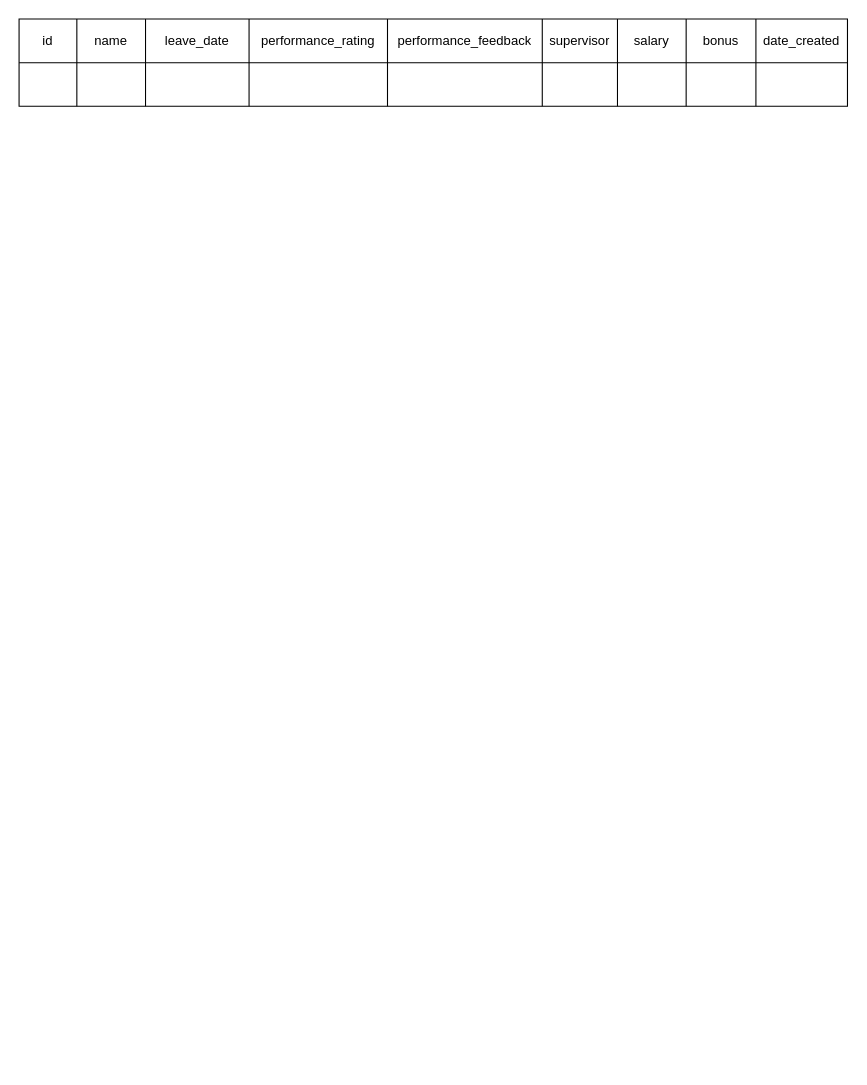
The draw.io diagram draw.io/data_1.drawio in zahinz/SET-Backend, before the edit. Source tidied: cells renumbered, new cells numbered last; positions are measured from the earlier drawing's top-left corner, leaving out a move shared by most shapes. Both pictures are drawn from the tidied source at 109%, with x=0, y=0 at pixel (19, 19).
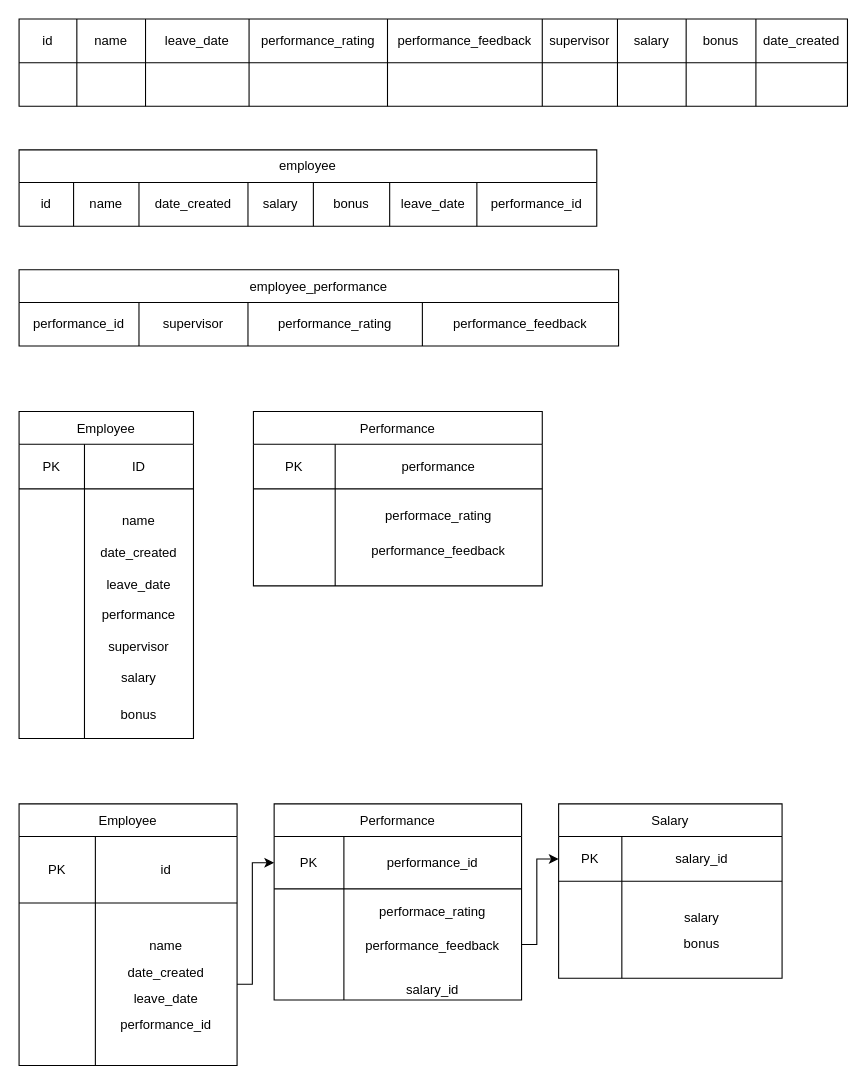
The same page after the edit.

What changed in the source:
```diff
@@
+    <mxCell id="23" value="employee" style="shape=table;startSize=30;childLayout=tableLayout;html=0;whiteSpace=wrap;" parent="1" vertex="1">
+      <mxGeometry y="120" width="530" height="70" as="geometry" />
+    </mxCell>
+    <mxCell id="24" style="shape=partialRectangle;fillColor=none;top=0;left=0;bottom=0;right=0;html=0;" parent="23" vertex="1">
+      <mxGeometry y="30" width="530" height="40" as="geometry" />
+    </mxCell>
+    <mxCell id="25" value="id" style="shape=partialRectangle;html=1;whiteSpace=wrap;overflow=hidden;fillColor=none;top=0;left=0;bottom=0;right=0;" parent="24" vertex="1">
+      <mxGeometry width="50" height="40" as="geometry" />
+    </mxCell>
+    <mxCell id="26" value="name" style="shape=partialRectangle;html=1;whiteSpace=wrap;overflow=hidden;fillColor=none;top=0;left=0;bottom=0;right=0;" parent="24" vertex="1">
+      <mxGeometry x="50" width="60" height="40" as="geometry" />
+    </mxCell>
+    <mxCell id="27" value="date_created" style="shape=partialRectangle;html=1;whiteSpace=wrap;overflow=hidden;fillColor=none;top=0;left=0;bottom=0;right=0;" parent="24" vertex="1">
+      <mxGeometry x="110" width="100" height="40" as="geometry" />
+    </mxCell>
+    <mxCell id="28" value="salary" style="shape=partialRectangle;html=1;whiteSpace=wrap;overflow=hidden;fillColor=none;top=0;left=0;bottom=0;right=0;" parent="24" vertex="1">
+      <mxGeometry x="210" width="60" height="40" as="geometry" />
+    </mxCell>
+    <mxCell id="29" value="bonus" style="shape=partialRectangle;html=1;whiteSpace=wrap;overflow=hidden;fillColor=none;top=0;left=0;bottom=0;right=0;" parent="24" vertex="1">
+      <mxGeometry x="270" width="70" height="40" as="geometry" />
+    </mxCell>
+    <mxCell id="30" value="leave_date" style="shape=partialRectangle;html=1;whiteSpace=wrap;overflow=hidden;fillColor=none;top=0;left=0;bottom=0;right=0;" parent="24" vertex="1">
+      <mxGeometry x="340" width="80" height="40" as="geometry" />
+    </mxCell>
+    <mxCell id="31" value="performance_id" style="shape=partialRectangle;html=1;whiteSpace=wrap;overflow=hidden;fillColor=none;top=0;left=0;bottom=0;right=0;" parent="24" vertex="1">
+      <mxGeometry x="420" width="110" height="40" as="geometry" />
+    </mxCell>
+    <mxCell id="32" value="employee_performance" style="shape=table;startSize=30;childLayout=tableLayout;html=0;labelBackgroundColor=none;labelBorderColor=none;" parent="1" vertex="1">
+      <mxGeometry y="230" width="550" height="70" as="geometry" />
+    </mxCell>
+    <mxCell id="33" style="shape=partialRectangle;fillColor=none;top=0;left=0;bottom=0;right=0;html=0;" parent="32" vertex="1">
+      <mxGeometry y="30" width="550" height="40" as="geometry" />
+    </mxCell>
+    <mxCell id="34" value="performance_id" style="shape=partialRectangle;html=1;whiteSpace=wrap;overflow=hidden;fillColor=none;top=0;left=0;bottom=0;right=0;" parent="33" vertex="1">
+      <mxGeometry width="110" height="40" as="geometry" />
+    </mxCell>
+    <mxCell id="35" value="supervisor" style="shape=partialRectangle;html=1;whiteSpace=wrap;overflow=hidden;fillColor=none;top=0;left=0;bottom=0;right=0;" parent="33" vertex="1">
+      <mxGeometry x="110" width="100" height="40" as="geometry" />
+    </mxCell>
+    <mxCell id="36" value="performance_rating" style="shape=partialRectangle;html=1;whiteSpace=wrap;overflow=hidden;fillColor=none;top=0;left=0;bottom=0;right=0;" parent="33" vertex="1">
+      <mxGeometry x="210" width="160" height="40" as="geometry" />
+    </mxCell>
+    <mxCell id="37" value="performance_feedback" style="shape=partialRectangle;html=1;overflow=hidden;fillColor=none;top=0;left=0;bottom=0;right=0;whiteSpace=wrap;" parent="33" vertex="1">
+      <mxGeometry x="370" width="180" height="40" as="geometry" />
+    </mxCell>
+    <mxCell id="38" value="Employee" style="shape=table;startSize=30;childLayout=tableLayout;labelBackgroundColor=none;labelBorderColor=none;html=0;align=center;" parent="1" vertex="1">
+      <mxGeometry y="360" width="160" height="300" as="geometry" />
+    </mxCell>
+    <mxCell id="39" style="shape=partialRectangle;fillColor=none;top=0;left=0;bottom=0;right=0;labelBackgroundColor=none;labelBorderColor=none;html=0;" parent="38" vertex="1">
+      <mxGeometry y="30" width="160" height="41" as="geometry" />
+    </mxCell>
+    <mxCell id="40" value="PK" style="shape=partialRectangle;html=1;whiteSpace=wrap;overflow=hidden;fillColor=none;top=0;left=0;bottom=0;right=0;labelBackgroundColor=none;labelBorderColor=none;" parent="39" vertex="1">
+      <mxGeometry width="60" height="41" as="geometry" />
+    </mxCell>
+    <mxCell id="41" value="ID" style="shape=partialRectangle;html=1;whiteSpace=wrap;overflow=hidden;fillColor=none;top=0;left=0;bottom=0;right=0;labelBackgroundColor=none;labelBorderColor=none;" parent="39" vertex="1">
+      <mxGeometry x="60" width="100" height="41" as="geometry" />
+    </mxCell>
+    <mxCell id="42" style="shape=partialRectangle;fillColor=none;top=0;left=0;bottom=0;right=0;labelBackgroundColor=none;labelBorderColor=none;html=0;" parent="38" vertex="1">
+      <mxGeometry y="71" width="160" height="229" as="geometry" />
+    </mxCell>
+    <mxCell id="43" style="shape=partialRectangle;html=1;whiteSpace=wrap;overflow=hidden;fillColor=none;top=0;left=0;bottom=0;right=0;labelBackgroundColor=none;labelBorderColor=none;" parent="42" vertex="1">
+      <mxGeometry width="60" height="229" as="geometry" />
+    </mxCell>
+    <mxCell id="44" value="&lt;p style=&quot;line-height: 2.4&quot;&gt;name&lt;br&gt;date_created&lt;br&gt;leave_date&lt;br&gt;performance&lt;br&gt;supervisor&lt;br&gt;salary&lt;br&gt;&lt;/p&gt;&lt;div&gt;&lt;span&gt;bonus&lt;/span&gt;&lt;/div&gt;&lt;p&gt;&lt;/p&gt;" style="shape=partialRectangle;html=1;whiteSpace=wrap;overflow=hidden;fillColor=none;top=0;left=0;bottom=0;right=0;labelBackgroundColor=none;labelBorderColor=none;align=center;" parent="42" vertex="1">
+      <mxGeometry x="60" width="100" height="229" as="geometry" />
+    </mxCell>
+    <mxCell id="45" value="Performance" style="shape=table;startSize=30;childLayout=tableLayout;labelBackgroundColor=none;labelBorderColor=none;html=0;align=center;" parent="1" vertex="1">
+      <mxGeometry x="215" y="360" width="265" height="160" as="geometry" />
+    </mxCell>
+    <mxCell id="46" style="shape=partialRectangle;fillColor=none;top=0;left=0;bottom=0;right=0;labelBackgroundColor=none;labelBorderColor=none;html=0;" parent="45" vertex="1">
+      <mxGeometry y="30" width="265" height="41" as="geometry" />
+    </mxCell>
+    <mxCell id="47" value="PK" style="shape=partialRectangle;html=1;whiteSpace=wrap;overflow=hidden;fillColor=none;top=0;left=0;bottom=0;right=0;labelBackgroundColor=none;labelBorderColor=none;" parent="46" vertex="1">
+      <mxGeometry width="75" height="41" as="geometry" />
+    </mxCell>
+    <mxCell id="48" value="performance" style="shape=partialRectangle;html=1;whiteSpace=wrap;overflow=hidden;fillColor=none;top=0;left=0;bottom=0;right=0;labelBackgroundColor=none;labelBorderColor=none;" parent="46" vertex="1">
+      <mxGeometry x="75" width="190" height="41" as="geometry" />
+    </mxCell>
+    <mxCell id="49" style="shape=partialRectangle;fillColor=none;top=0;left=0;bottom=0;right=0;labelBackgroundColor=none;labelBorderColor=none;html=0;" parent="45" vertex="1">
+      <mxGeometry y="71" width="265" height="89" as="geometry" />
+    </mxCell>
+    <mxCell id="50" style="shape=partialRectangle;html=1;whiteSpace=wrap;overflow=hidden;fillColor=none;top=0;left=0;bottom=0;right=0;labelBackgroundColor=none;labelBorderColor=none;" parent="49" vertex="1">
+      <mxGeometry width="75" height="89" as="geometry" />
+    </mxCell>
+    <mxCell id="51" value="&lt;p style=&quot;line-height: 1&quot;&gt;performace_rating&lt;/p&gt;&lt;p style=&quot;line-height: 2.4&quot;&gt;performance_feedback&lt;/p&gt;&lt;p&gt;&lt;/p&gt;" style="shape=partialRectangle;html=1;whiteSpace=wrap;overflow=hidden;fillColor=none;top=0;left=0;bottom=0;right=0;labelBackgroundColor=none;labelBorderColor=none;align=center;" parent="49" vertex="1">
+      <mxGeometry x="75" width="190" height="89" as="geometry" />
+    </mxCell>
+    <mxCell id="52" value="Employee" style="shape=table;startSize=30;childLayout=tableLayout;labelBackgroundColor=none;labelBorderColor=none;align=center;html=0;" parent="1" vertex="1">
+      <mxGeometry y="720" width="200" height="240" as="geometry" />
+    </mxCell>
+    <mxCell id="53" style="shape=partialRectangle;fillColor=none;top=0;left=0;bottom=0;right=0;labelBackgroundColor=none;labelBorderColor=none;align=center;html=0;" parent="52" vertex="1">
+      <mxGeometry y="30" width="200" height="61" as="geometry" />
+    </mxCell>
+    <mxCell id="54" value="PK" style="shape=partialRectangle;html=1;whiteSpace=wrap;overflow=hidden;fillColor=none;top=0;left=0;bottom=0;right=0;labelBackgroundColor=none;labelBorderColor=none;align=center;" parent="53" vertex="1">
+      <mxGeometry width="70" height="61" as="geometry" />
+    </mxCell>
+    <mxCell id="55" value="id" style="shape=partialRectangle;html=1;whiteSpace=wrap;overflow=hidden;fillColor=none;top=0;left=0;bottom=0;right=0;labelBackgroundColor=none;labelBorderColor=none;align=center;" parent="53" vertex="1">
+      <mxGeometry x="70" width="130" height="61" as="geometry" />
+    </mxCell>
+    <mxCell id="56" style="shape=partialRectangle;fillColor=none;top=0;left=0;bottom=0;right=0;points=[[0,0.5],[1,0.5]];portConstraint=eastwest;labelBackgroundColor=none;labelBorderColor=none;align=center;html=0;" parent="52" vertex="1">
+      <mxGeometry y="91" width="200" height="149" as="geometry" />
+    </mxCell>
+    <mxCell id="57" style="shape=partialRectangle;html=1;whiteSpace=wrap;overflow=hidden;fillColor=none;top=0;left=0;bottom=0;right=0;labelBackgroundColor=none;labelBorderColor=none;align=center;" parent="56" vertex="1">
+      <mxGeometry width="70" height="149" as="geometry" />
+    </mxCell>
+    <mxCell id="58" value="&lt;p style=&quot;line-height: 2&quot;&gt;name&lt;br&gt;date_created&lt;br&gt;leave_date&lt;br&gt;performance_id&lt;/p&gt;" style="shape=partialRectangle;html=1;whiteSpace=wrap;overflow=hidden;fillColor=none;top=0;left=0;bottom=0;right=0;labelBackgroundColor=none;labelBorderColor=none;align=center;" parent="56" vertex="1">
+      <mxGeometry x="70" width="130" height="149" as="geometry" />
+    </mxCell>
+    <mxCell id="59" value="Performance" style="shape=table;startSize=30;childLayout=tableLayout;labelBackgroundColor=none;labelBorderColor=none;html=0;align=center;" parent="1" vertex="1">
+      <mxGeometry x="234" y="720" width="227" height="180" as="geometry" />
+    </mxCell>
+    <mxCell id="60" style="shape=partialRectangle;fillColor=none;top=0;left=0;bottom=0;right=0;points=[[0,0.5],[1,0.5]];portConstraint=eastwest;labelBackgroundColor=none;labelBorderColor=none;html=0;" parent="59" vertex="1">
+      <mxGeometry y="30" width="227" height="48" as="geometry" />
+    </mxCell>
+    <mxCell id="61" value="PK" style="shape=partialRectangle;html=1;whiteSpace=wrap;overflow=hidden;fillColor=none;top=0;left=0;bottom=0;right=0;labelBackgroundColor=none;labelBorderColor=none;" parent="60" vertex="1">
+      <mxGeometry width="64" height="48" as="geometry" />
+    </mxCell>
+    <mxCell id="62" value="performance_id" style="shape=partialRectangle;html=1;whiteSpace=wrap;overflow=hidden;fillColor=none;top=0;left=0;bottom=0;right=0;labelBackgroundColor=none;labelBorderColor=none;" parent="60" vertex="1">
+      <mxGeometry x="64" width="163" height="48" as="geometry" />
+    </mxCell>
+    <mxCell id="63" style="shape=partialRectangle;fillColor=none;top=0;left=0;bottom=0;right=0;points=[[0,0.5],[1,0.5]];portConstraint=eastwest;labelBackgroundColor=none;labelBorderColor=none;html=0;" parent="59" vertex="1">
+      <mxGeometry y="78" width="227" height="102" as="geometry" />
+    </mxCell>
+    <mxCell id="64" style="shape=partialRectangle;html=1;whiteSpace=wrap;overflow=hidden;fillColor=none;top=0;left=0;bottom=0;right=0;labelBackgroundColor=none;labelBorderColor=none;" parent="63" vertex="1">
+      <mxGeometry width="64" height="102" as="geometry" />
+    </mxCell>
+    <mxCell id="65" value="&lt;p style=&quot;line-height: 1&quot;&gt;performace_rating&lt;/p&gt;&lt;p style=&quot;line-height: 2.4&quot;&gt;performance_feedback&lt;/p&gt;&lt;p style=&quot;line-height: 2.4&quot;&gt;salary_id&lt;/p&gt;&lt;p&gt;&lt;/p&gt;" style="shape=partialRectangle;html=1;whiteSpace=wrap;overflow=hidden;fillColor=none;top=0;left=0;bottom=0;right=0;labelBackgroundColor=none;labelBorderColor=none;align=center;" parent="63" vertex="1">
+      <mxGeometry x="64" width="163" height="102" as="geometry" />
+    </mxCell>
+    <mxCell id="66" value="Salary" style="shape=table;startSize=30;childLayout=tableLayout;labelBackgroundColor=none;labelBorderColor=none;html=0;align=center;" parent="1" vertex="1">
+      <mxGeometry x="495" y="720" width="205" height="160" as="geometry" />
+    </mxCell>
+    <mxCell id="67" style="shape=partialRectangle;fillColor=none;top=0;left=0;bottom=0;right=0;points=[[0,0.5],[1,0.5]];portConstraint=eastwest;labelBackgroundColor=none;labelBorderColor=none;html=0;" parent="66" vertex="1">
+      <mxGeometry y="30" width="205" height="41" as="geometry" />
+    </mxCell>
+    <mxCell id="68" value="PK" style="shape=partialRectangle;html=1;whiteSpace=wrap;overflow=hidden;fillColor=none;top=0;left=0;bottom=0;right=0;labelBackgroundColor=none;labelBorderColor=none;" parent="67" vertex="1">
+      <mxGeometry width="58" height="41" as="geometry" />
+    </mxCell>
+    <mxCell id="69" value="salary_id" style="shape=partialRectangle;html=1;whiteSpace=wrap;overflow=hidden;fillColor=none;top=0;left=0;bottom=0;right=0;labelBackgroundColor=none;labelBorderColor=none;" parent="67" vertex="1">
+      <mxGeometry x="58" width="147" height="41" as="geometry" />
+    </mxCell>
+    <mxCell id="70" style="shape=partialRectangle;fillColor=none;top=0;left=0;bottom=0;right=0;labelBackgroundColor=none;labelBorderColor=none;html=0;" parent="66" vertex="1">
+      <mxGeometry y="71" width="205" height="89" as="geometry" />
+    </mxCell>
+    <mxCell id="71" style="shape=partialRectangle;html=1;whiteSpace=wrap;overflow=hidden;fillColor=none;top=0;left=0;bottom=0;right=0;labelBackgroundColor=none;labelBorderColor=none;" parent="70" vertex="1">
+      <mxGeometry width="58" height="89" as="geometry" />
+    </mxCell>
+    <mxCell id="72" value="&lt;p style=&quot;line-height: 1&quot;&gt;salary&lt;/p&gt;&lt;p style=&quot;line-height: 1&quot;&gt;bonus&lt;/p&gt;&lt;p&gt;&lt;/p&gt;" style="shape=partialRectangle;html=1;whiteSpace=wrap;overflow=hidden;fillColor=none;top=0;left=0;bottom=0;right=0;labelBackgroundColor=none;labelBorderColor=none;align=center;" parent="70" vertex="1">
+      <mxGeometry x="58" width="147" height="89" as="geometry" />
+    </mxCell>
+    <mxCell id="73" style="edgeStyle=orthogonalEdgeStyle;rounded=0;jettySize=auto;html=1;exitX=1;exitY=0.5;exitDx=0;exitDy=0;entryX=0;entryY=0.5;entryDx=0;entryDy=0;" parent="1" edge="1" source="56" target="60">
+      <mxGeometry relative="1" as="geometry">
+        <Array as="points">
+          <mxPoint x="214" y="886" />
+          <mxPoint x="214" y="774" />
+        </Array>
+      </mxGeometry>
+    </mxCell>
+    <mxCell id="74" style="edgeStyle=orthogonalEdgeStyle;rounded=0;jettySize=auto;html=1;exitX=1;exitY=0.5;exitDx=0;exitDy=0;entryX=0;entryY=0.5;entryDx=0;entryDy=0;" parent="1" edge="1" source="63" target="67">
+      <mxGeometry relative="1" as="geometry">
+        <Array as="points">
+          <mxPoint x="475" y="849" />
+          <mxPoint x="475" y="771" />
+        </Array>
+      </mxGeometry>
+    </mxCell>
```
